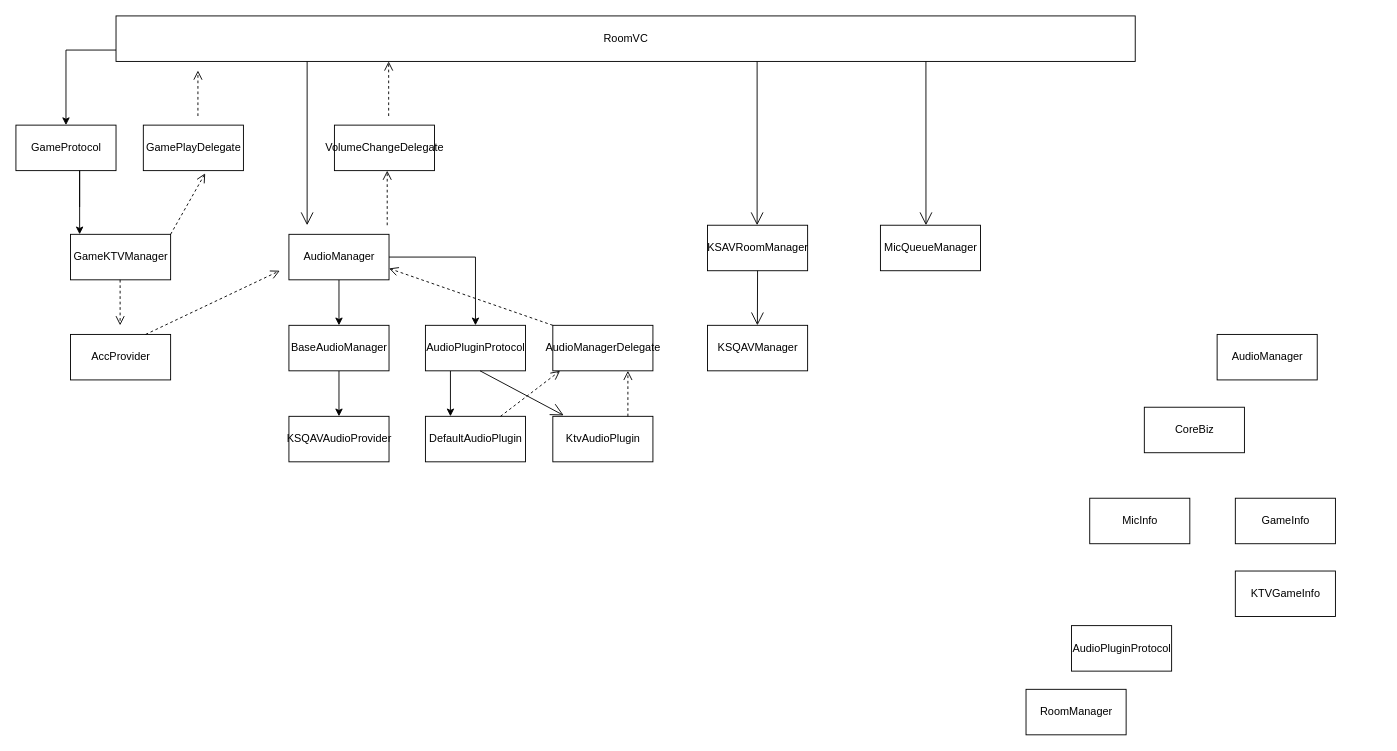
lixianmao/App keeps this draw.io diagram as KTVRoomFramework.drawio. Above is the earlier version. Source tidied: cells renumbered, new cells numbered last; positions are measured from the earlier drawing's top-left corner, leaving out a move shared by most shapes. Both pictures are drawn from the tidied source at 91%, with x=0, y=0 at pixel (15, 15).
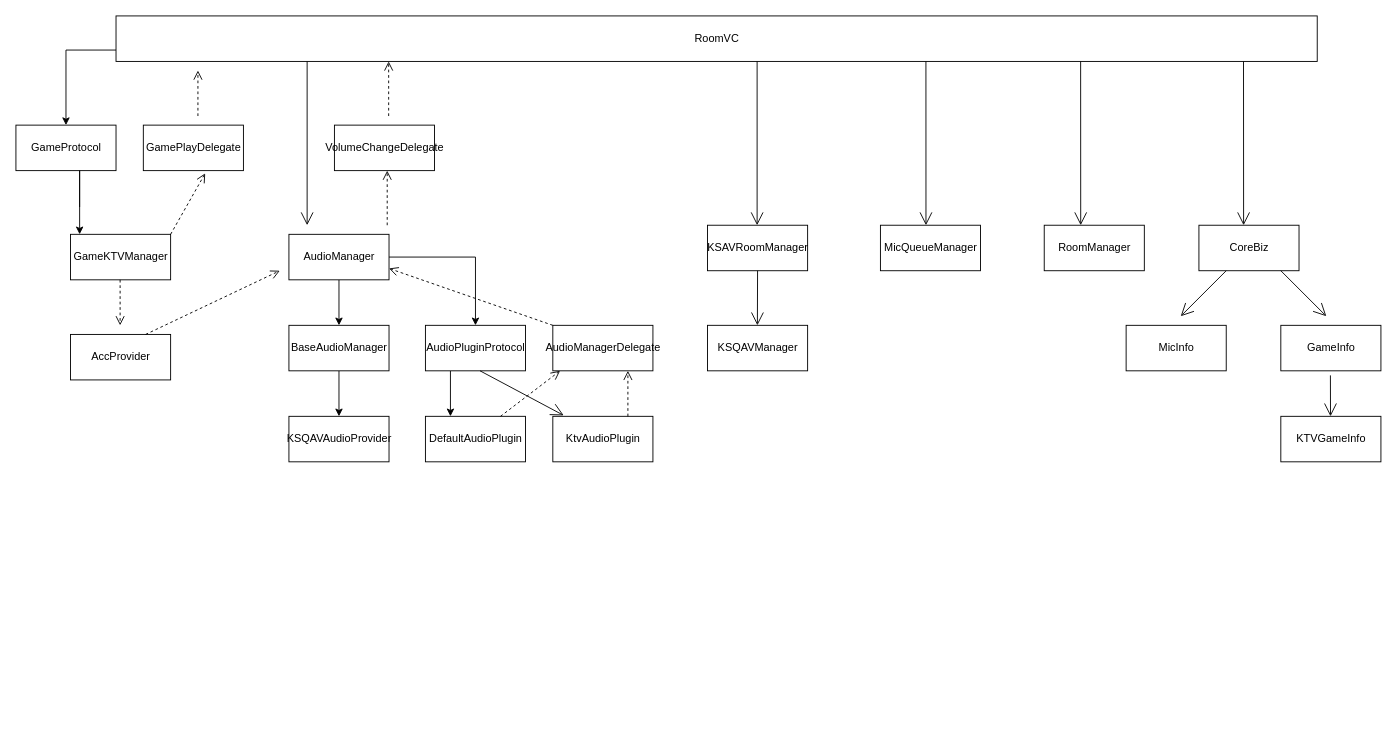
The same diagram, later.

Change to the diagram source:
```diff
@@
     <mxCell id="2" value="RoomManager" style="html=1;" parent="1" vertex="1">
-      <mxGeometry x="1110" y="740" width="110" height="50" as="geometry" />
+      <mxGeometry x="1130" y="230" width="110" height="50" as="geometry" />
     </mxCell>
@@
-    <mxCell id="4" value="AudioManager" style="html=1;" parent="1" vertex="1">
-      <mxGeometry x="1320" y="350" width="110" height="50" as="geometry" />
-    </mxCell>
     <mxCell id="5" value="CoreBiz" style="html=1;" parent="1" vertex="1">
-      <mxGeometry x="1240" y="430" width="110" height="50" as="geometry" />
+      <mxGeometry x="1300" y="230" width="110" height="50" as="geometry" />
     </mxCell>
     <mxCell id="6" value="MicInfo" style="html=1;" parent="1" vertex="1">
-      <mxGeometry x="1180" y="530" width="110" height="50" as="geometry" />
+      <mxGeometry x="1220" y="340" width="110" height="50" as="geometry" />
     </mxCell>
     <mxCell id="7" value="GameInfo" style="html=1;" parent="1" vertex="1">
-      <mxGeometry x="1340" y="530" width="110" height="50" as="geometry" />
+      <mxGeometry x="1390" y="340" width="110" height="50" as="geometry" />
     </mxCell>
     <mxCell id="8" value="KTVGameInfo" style="html=1;" parent="1" vertex="1">
-      <mxGeometry x="1340" y="610" width="110" height="50" as="geometry" />
+      <mxGeometry x="1390" y="440" width="110" height="50" as="geometry" />
     </mxCell>
@@
-    <mxCell id="10" value="AudioPluginProtocol" style="html=1;" parent="1" vertex="1">
-      <mxGeometry x="1160" y="670" width="110" height="50" as="geometry" />
-    </mxCell>
@@
     <mxCell id="16" value="RoomVC" style="html=1;" parent="1" vertex="1">
-      <mxGeometry x="110" width="1120" height="50" as="geometry" />
+      <mxGeometry x="110" width="1320" height="50" as="geometry" />
     </mxCell>
@@
+    <mxCell id="45" style="endArrow=open;endFill=1;endSize=12;html=1;entryX=0.455;entryY=0;entryDx=0;entryDy=0;entryPerimeter=0;" parent="1" edge="1">
+      <mxGeometry relative="1" as="geometry">
+        <mxPoint x="1170" y="50" as="sourcePoint" />
+        <mxPoint x="1170.1" y="230" as="targetPoint" />
+      </mxGeometry>
+    </mxCell>
+    <mxCell id="46" style="endArrow=open;endFill=1;endSize=12;html=1;entryX=0.455;entryY=0;entryDx=0;entryDy=0;entryPerimeter=0;" parent="1" edge="1">
+      <mxGeometry relative="1" as="geometry">
+        <mxPoint x="1349" y="50" as="sourcePoint" />
+        <mxPoint x="1349.1" y="230" as="targetPoint" />
+      </mxGeometry>
+    </mxCell>
+    <mxCell id="47" style="endArrow=open;endFill=1;endSize=12;html=1;entryX=0.455;entryY=0;entryDx=0;entryDy=0;entryPerimeter=0;" parent="1" edge="1">
+      <mxGeometry relative="1" as="geometry">
+        <mxPoint x="1330" y="280" as="sourcePoint" />
+        <mxPoint x="1280" y="330" as="targetPoint" />
+      </mxGeometry>
+    </mxCell>
+    <mxCell id="48" style="endArrow=open;endFill=1;endSize=12;html=1;entryX=0.455;entryY=0;entryDx=0;entryDy=0;entryPerimeter=0;" parent="1" edge="1">
+      <mxGeometry relative="1" as="geometry">
+        <mxPoint x="1390" y="280" as="sourcePoint" />
+        <mxPoint x="1440" y="330" as="targetPoint" />
+      </mxGeometry>
+    </mxCell>
+    <mxCell id="49" style="endArrow=open;endFill=1;endSize=12;html=1;entryX=0.455;entryY=0;entryDx=0;entryDy=0;entryPerimeter=0;" parent="1" edge="1">
+      <mxGeometry relative="1" as="geometry">
+        <mxPoint x="1444.5" y="395" as="sourcePoint" />
+        <mxPoint x="1444.6" y="440" as="targetPoint" />
+      </mxGeometry>
+    </mxCell>
```
